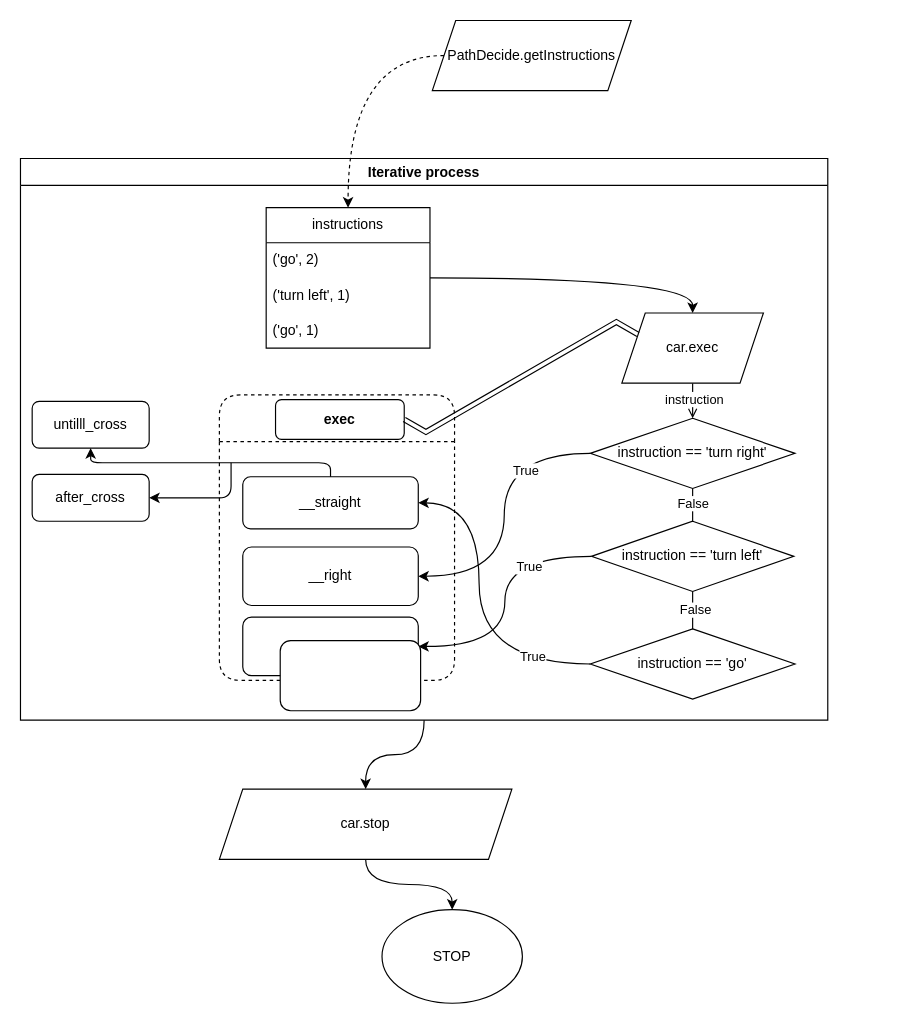
This is project2_Q_learning/CoE202 Midterm project team 10 flowchart.drawio from TaehyeonPark/CoE202-midterm-project, a draw.io file, before an edit. Source tidied: cells renumbered, new cells numbered last; positions are measured from the earlier drawing's top-left corner, leaving out a move shared by most shapes. Both pictures are drawn from the tidied source at 117%, with x=0, y=0 at pixel (20, 20).
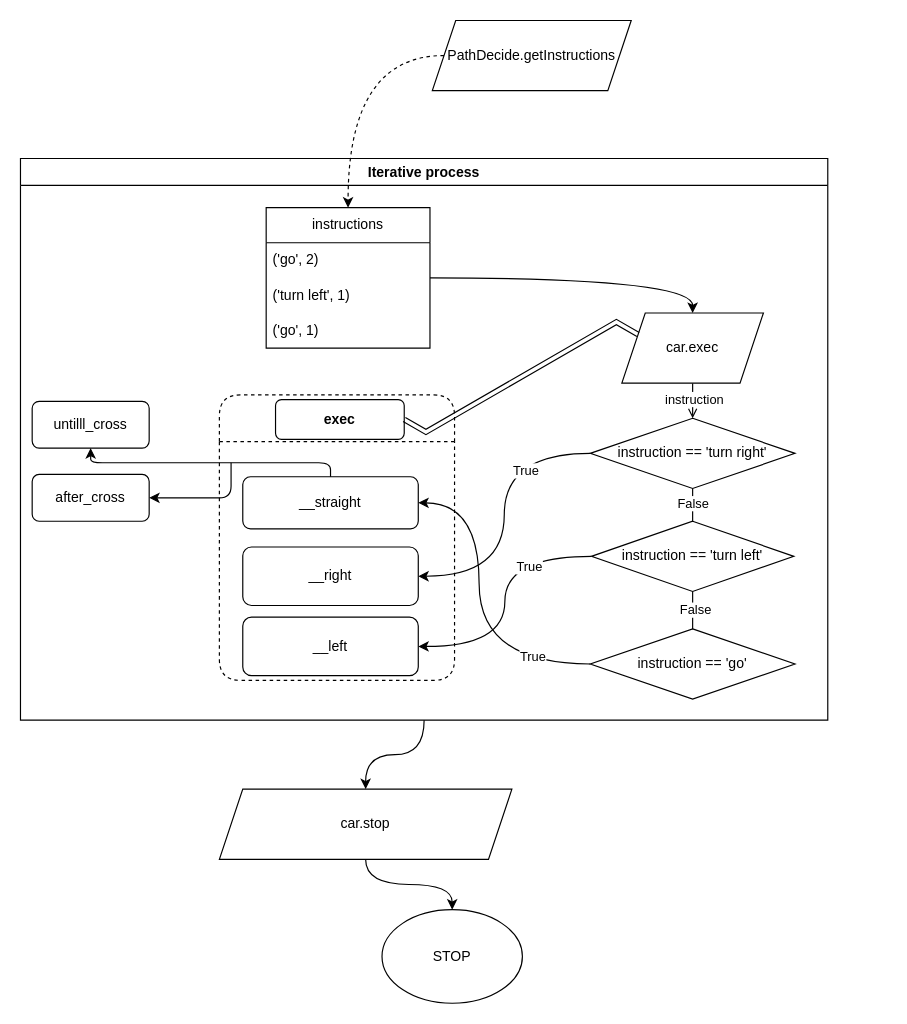
The same diagram, later.

What changed in the source:
```diff
@@
-    <mxCell id="41" style="rounded=1;whiteSpace=wrap;html=1;" parent="1" vertex="1">
-      <mxGeometry x="222" y="530" width="120" height="60" as="geometry" />
-    </mxCell>
```
